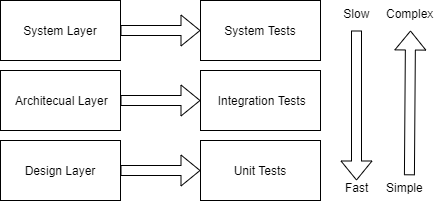
The draw.io diagram test-layers.png in FabianMauz/ipb-talk-sustainable-software-20240326, before a commit. Source tidied: cells renumbered, new cells last; positions are measured from the earlier drawing's top-left corner, leaving out a move shared by most shapes.
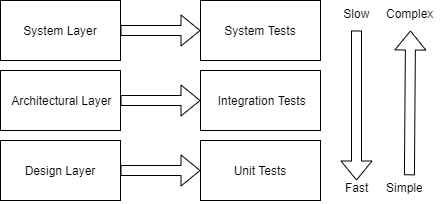
The same diagram one commit later.

Commit message:
Finish 16:9 slides and added image references

What changed in the source:
```diff
@@ -5,7 +5,7 @@
     <mxCell id="2" value="System Layer" style="rounded=0;whiteSpace=wrap;html=1;" parent="1" vertex="1">
       <mxGeometry width="120" height="60" as="geometry" />
     </mxCell>
-    <mxCell id="3" value="&amp;nbsp;Architecual Layer" style="rounded=0;whiteSpace=wrap;html=1;" parent="1" vertex="1">
+    <mxCell id="3" value="&amp;nbsp;Architectural Layer" style="rounded=0;whiteSpace=wrap;html=1;" parent="1" vertex="1">
       <mxGeometry y="70" width="120" height="60" as="geometry" />
     </mxCell>
     <mxCell id="4" value="Design Layer" style="rounded=0;whiteSpace=wrap;html=1;" parent="1" vertex="1">
```
